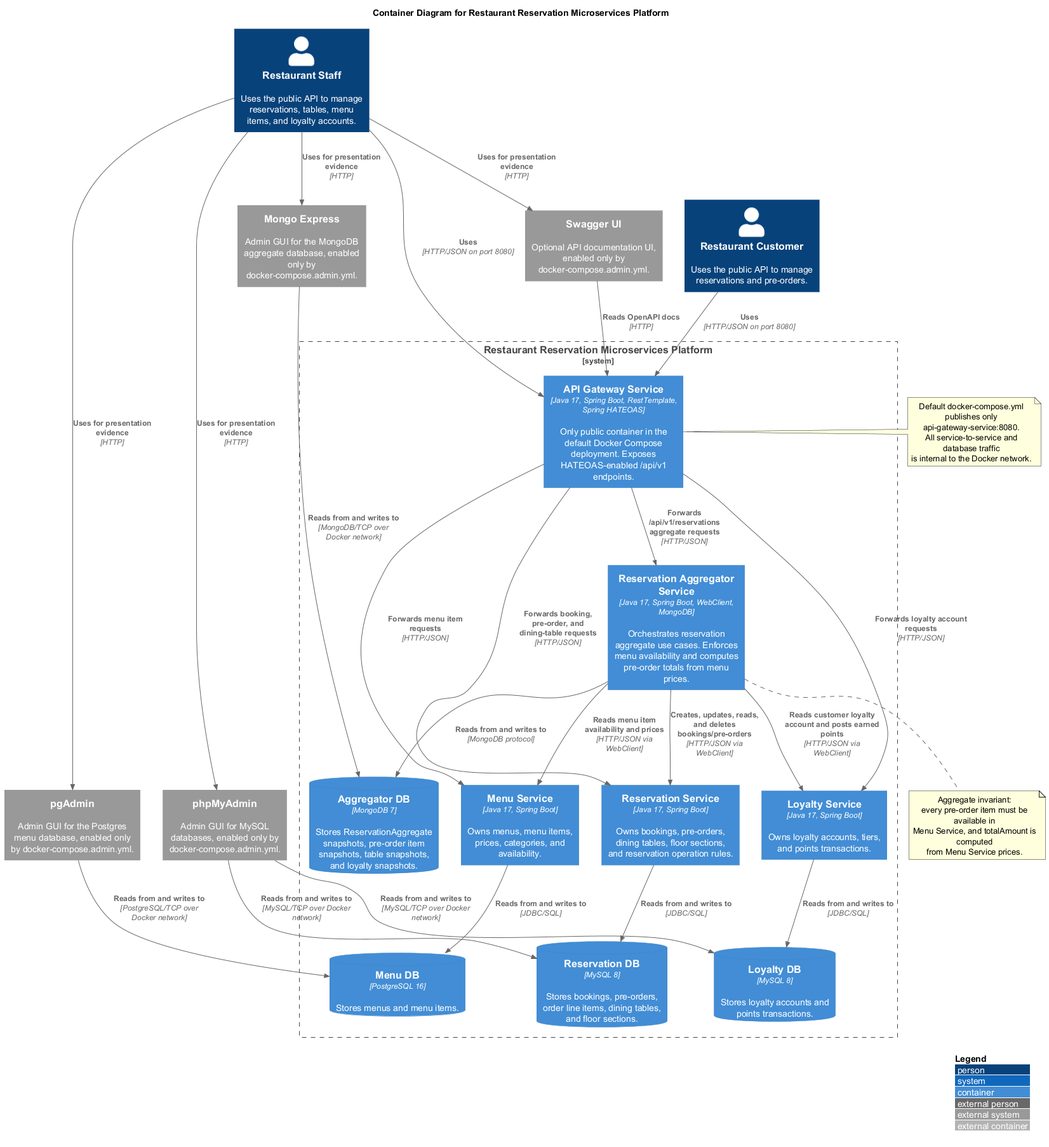
Above: diagrams/C4_Level2_container.png in Gvxng/restaurant-reservation (PlantUML), before the change.
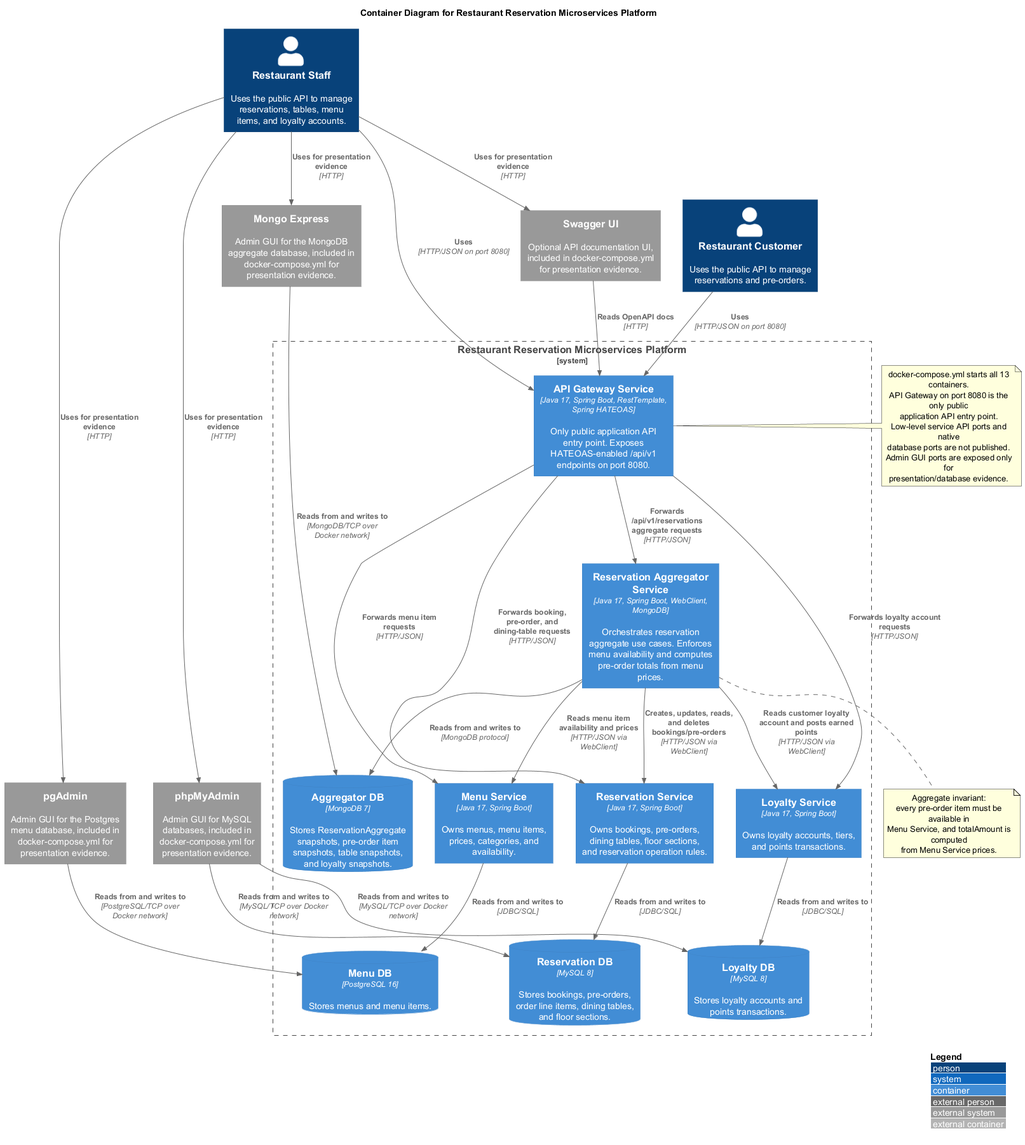
After the change.

Diff of the diagram source:
```diff
@@ -7,13 +7,13 @@
 Person(customer, "Restaurant Customer", "Uses the public API to manage reservations and pre-orders.")
 Person(staff, "Restaurant Staff", "Uses the public API to manage reservations, tables, menu items, and loyalty accounts.")
 
-System_Ext(mysql_admin, "phpMyAdmin", "Admin GUI for MySQL databases, enabled only by docker-compose.admin.yml.")
-System_Ext(pgadmin, "pgAdmin", "Admin GUI for the Postgres menu database, enabled only by docker-compose.admin.yml.")
-System_Ext(mongo_express, "Mongo Express", "Admin GUI for the MongoDB aggregate database, enabled only by docker-compose.admin.yml.")
-System_Ext(swagger_ui, "Swagger UI", "Optional API documentation UI, enabled only by docker-compose.admin.yml.")
+System_Ext(mysql_admin, "phpMyAdmin", "Admin GUI for MySQL databases, included in docker-compose.yml for presentation evidence.")
+System_Ext(pgadmin, "pgAdmin", "Admin GUI for the Postgres menu database, included in docker-compose.yml for presentation evidence.")
+System_Ext(mongo_express, "Mongo Express", "Admin GUI for the MongoDB aggregate database, included in docker-compose.yml for presentation evidence.")
+System_Ext(swagger_ui, "Swagger UI", "Optional API documentation UI, included in docker-compose.yml for presentation evidence.")
 
 System_Boundary(c1, "Restaurant Reservation Microservices Platform") {
-    Container(api_gateway, "API Gateway Service", "Java 17, Spring Boot, RestTemplate, Spring HATEOAS", "Only public container in the default Docker Compose deployment. Exposes HATEOAS-enabled /api/v1 endpoints.")
+    Container(api_gateway, "API Gateway Service", "Java 17, Spring Boot, RestTemplate, Spring HATEOAS", "Only public application API entry point. Exposes HATEOAS-enabled /api/v1 endpoints on port 8080.")
 
     Container(reservation_aggregator_service, "Reservation Aggregator Service", "Java 17, Spring Boot, WebClient, MongoDB", "Orchestrates reservation aggregate use cases. Enforces menu availability and computes pre-order totals from menu prices.")
     ContainerDb(aggregator_db, "Aggregator DB", "MongoDB 7", "Stores ReservationAggregate snapshots, pre-order item snapshots, table snapshots, and loyalty snapshots.")
@@ -57,10 +57,13 @@
 Rel(swagger_ui, api_gateway, "Reads OpenAPI docs", "HTTP")
 
 note right of api_gateway
-  Default docker-compose.yml publishes only
-  api-gateway-service:8080.
-  All service-to-service and database traffic
-  is internal to the Docker network.
+  docker-compose.yml starts all 13 containers.
+  API Gateway on port 8080 is the only public
+  application API entry point.
+  Low-level service API ports and native
+  database ports are not published.
+  Admin GUI ports are exposed only for
+  presentation/database evidence.
 end note
 
 note bottom of reservation_aggregator_service
```
